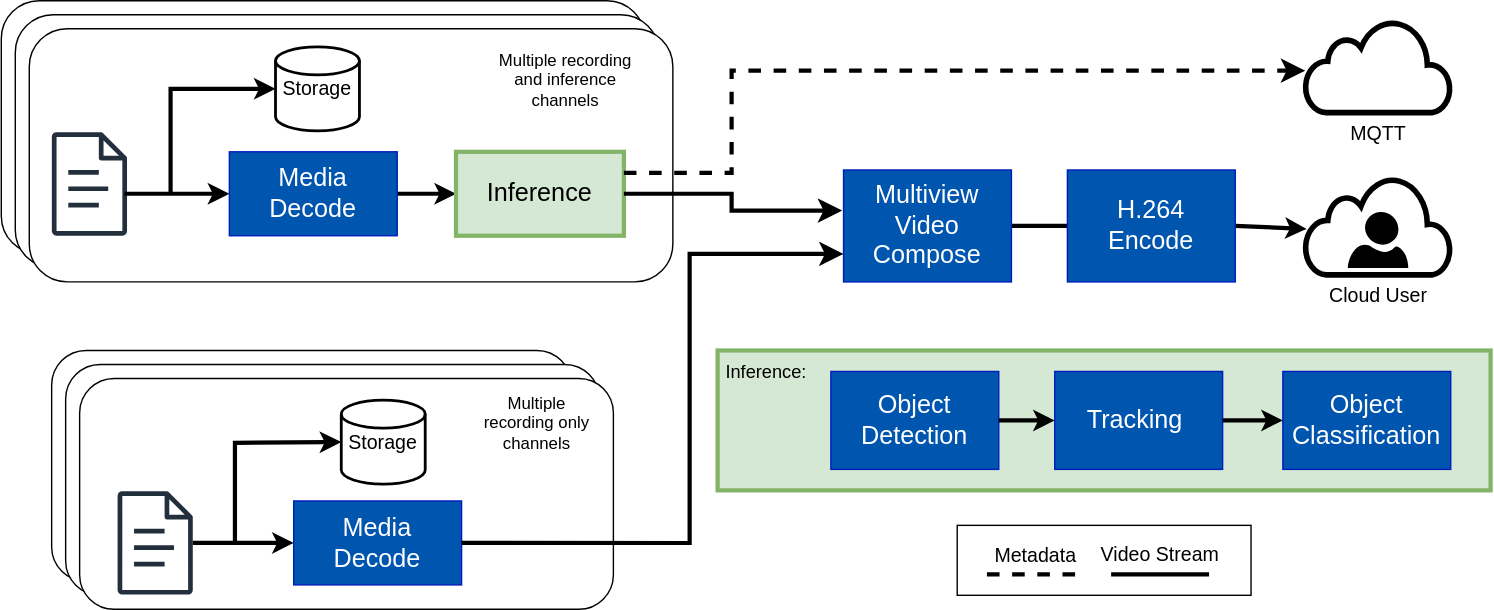
This is tools/visual-pipeline-and-platform-evaluation-tool/pipelines/smartnvr/diagram.drawio.svg from open-edge-platform/edge-ai-libraries, a draw.io export, as it was before one commit. Source tidied: cells renumbered, new cells last; positions are measured from the earlier drawing's top-left corner, leaving out a move shared by most shapes.
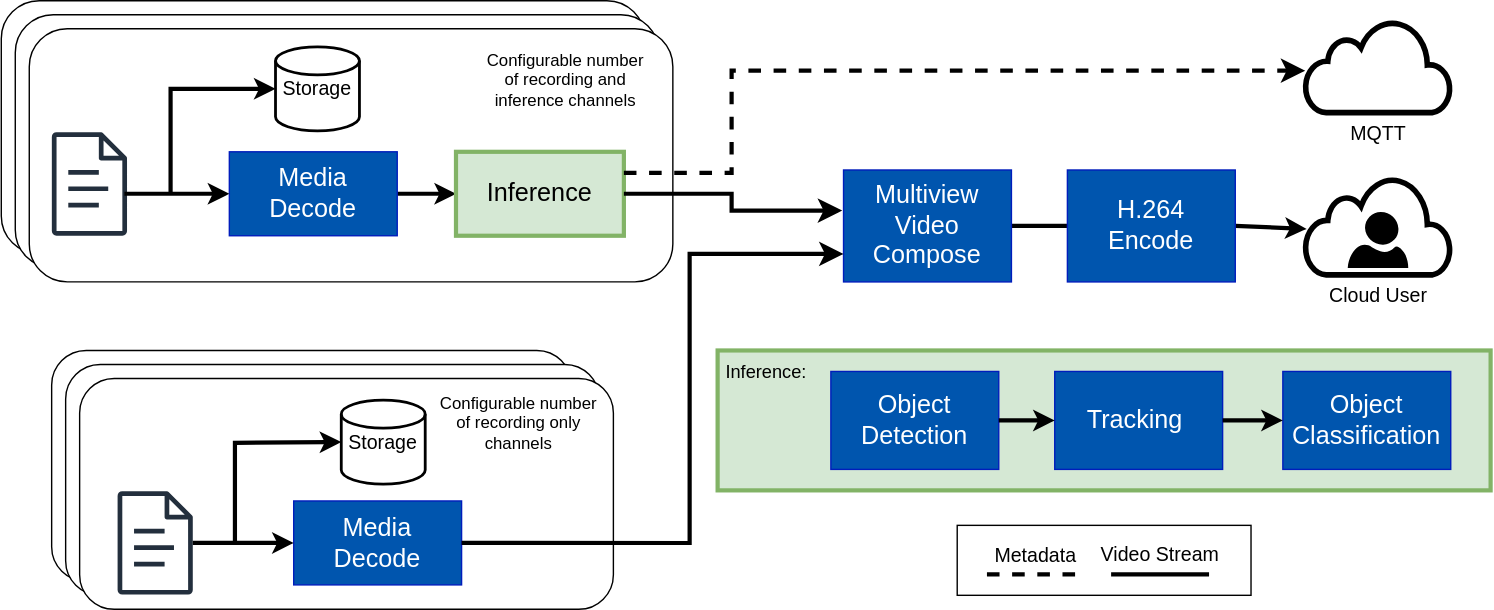
After the change.

Commit message:
[ViPPET][SmartNVR] Minor update to pipeline diagram

The edit, as a diff of the source:
```diff
@@ -113,11 +113,11 @@
         </Array>
       </mxGeometry>
     </mxCell>
-    <mxCell id="31" value="Multiple recording and inference channels" style="rounded=1;whiteSpace=wrap;html=1;strokeColor=none;opacity=0;" parent="1" vertex="1">
+    <mxCell id="31" value="Configurable number of recording and inference channels" style="rounded=1;whiteSpace=wrap;html=1;strokeColor=none;opacity=0;" parent="1" vertex="1">
       <mxGeometry x="345.5" y="33" width="114.5" height="47" as="geometry" />
     </mxCell>
-    <mxCell id="32" value="Multiple recording only channels" style="rounded=1;whiteSpace=wrap;html=1;strokeColor=none;opacity=0;" parent="1" vertex="1">
-      <mxGeometry x="337.5" y="280" width="90" height="44" as="geometry" />
+    <mxCell id="32" value="Configurable number of recording only channels" style="rounded=1;whiteSpace=wrap;html=1;strokeColor=none;opacity=0;" parent="1" vertex="1">
+      <mxGeometry x="312" y="280" width="115.5" height="44" as="geometry" />
     </mxCell>
     <mxCell id="33" style="edgeStyle=segmentEdgeStyle;endArrow=classic;html=1;curved=0;rounded=0;endSize=8;startSize=8;exitX=1;exitY=0.5;exitDx=0;exitDy=0;entryX=0;entryY=0.75;entryDx=0;entryDy=0;strokeWidth=3;" parent="1" edge="1" source="28" target="18">
       <mxGeometry relative="1" as="geometry">
```
